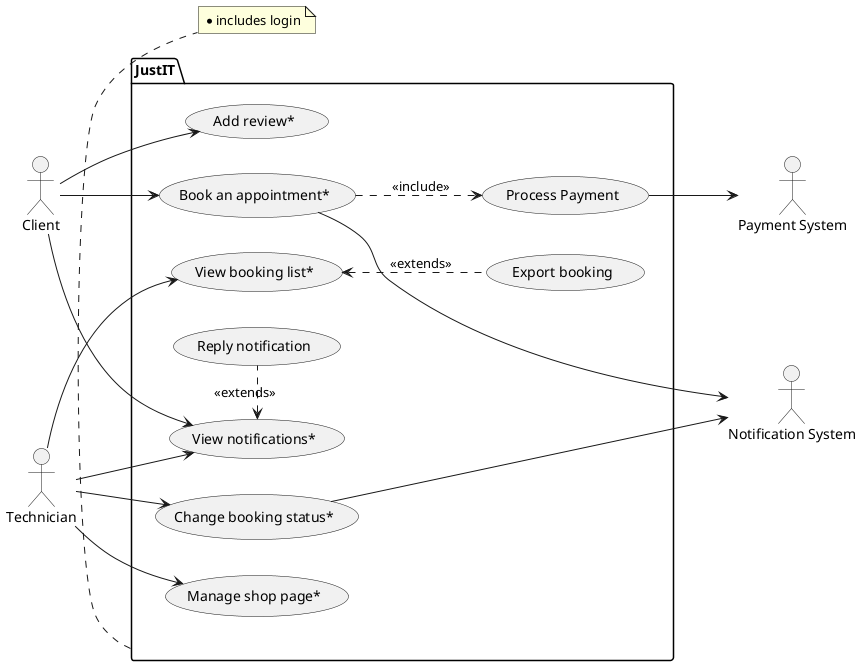
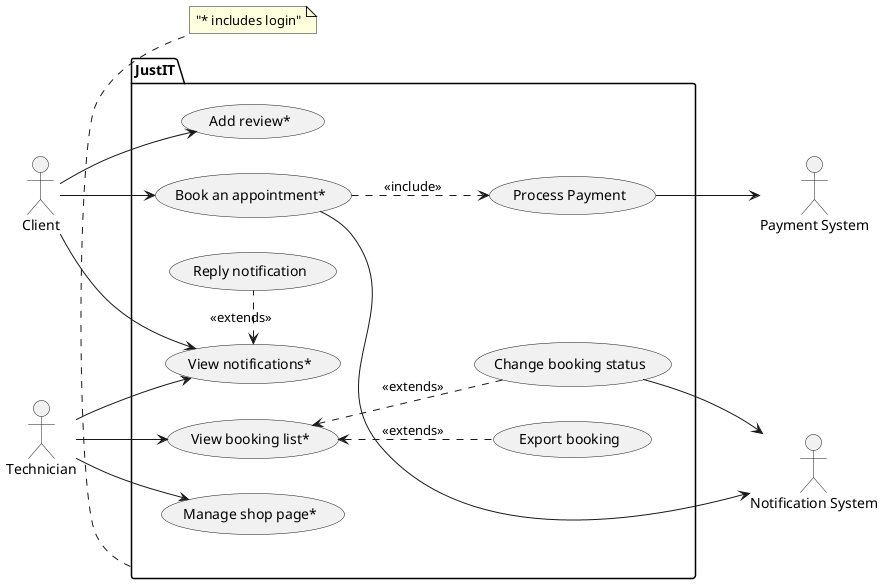
@startuml
left to right direction
actor "Client" as c
actor "Technician" as t
actor "Notification System" as n
actor "Payment System" as p


package JustIT {
usecase "Add review*" as UC1
usecase "Book an appointment*" as UC2
usecase "View notifications*" as UC3
usecase "Manage shop page*" as UC4
usecase "View booking list*" as UC5
usecase "Export booking" as UC6
- usecase "Change booking status*" as UC7
+ usecase "Change booking status" as UC7
usecase "Process Payment" as UC8
usecase "Reply notification" as UC9


}

note bottom of JustIT
- * includes login
+ "* includes login"
  end note

c --> UC1
c --> UC2
c --> UC3
t --> UC3
t --> UC4
t --> UC5
- t --> UC7
UC2 -.> UC8: <<include>>
UC8 --> p
UC2 ---> n
UC7 --> n
UC5 <.d. UC6 : <<extends>>
UC9 -l.> UC3:  <<extends>>
+ UC7 .u.> UC5:  <<extends>>

@enduml